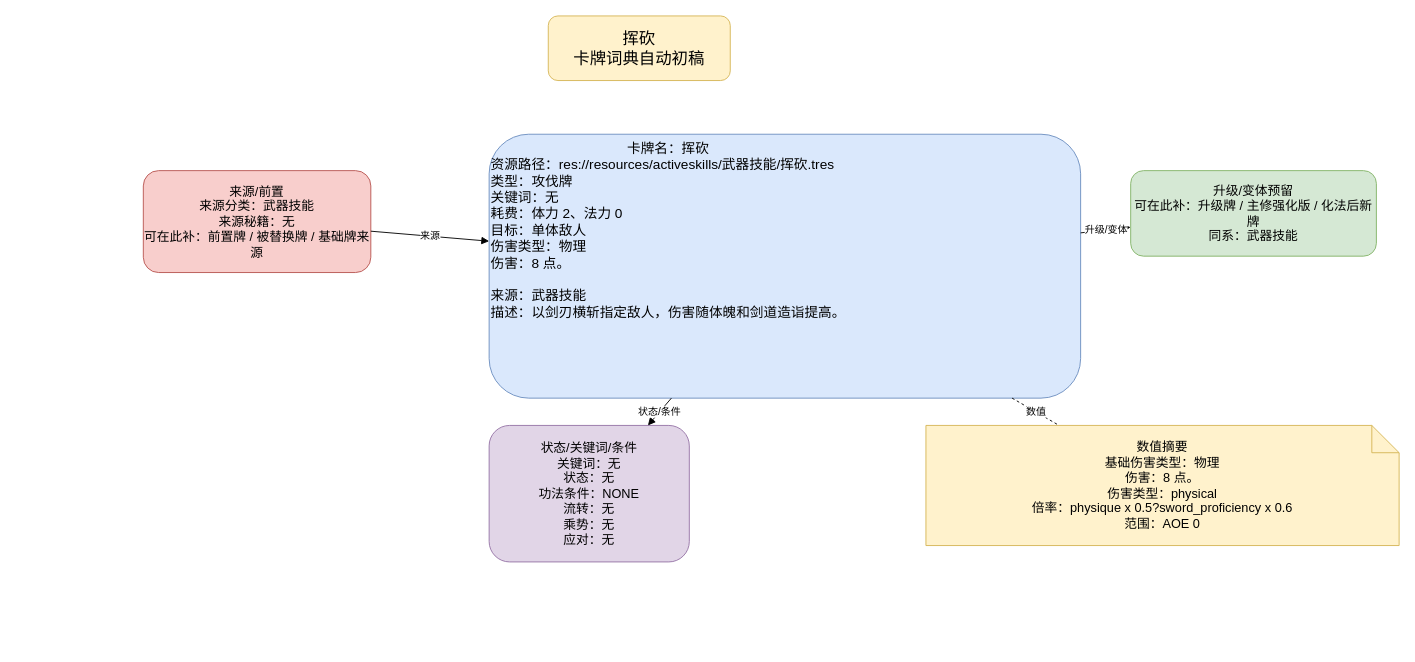
Above: page "挥砍" (1 of 2) of docs/卡牌词典/武器技能/挥砍.drawio in ankundanetracyc-spec/tian-guan-you-du (draw.io), before the change. Source tidied: cells renumbered, new cells numbered last; positions are measured from the earlier drawing's top-left corner, leaving out a move shared by most shapes. Both pictures are drawn from the tidied source at 91%, with x=0, y=0 at pixel (143, 15).
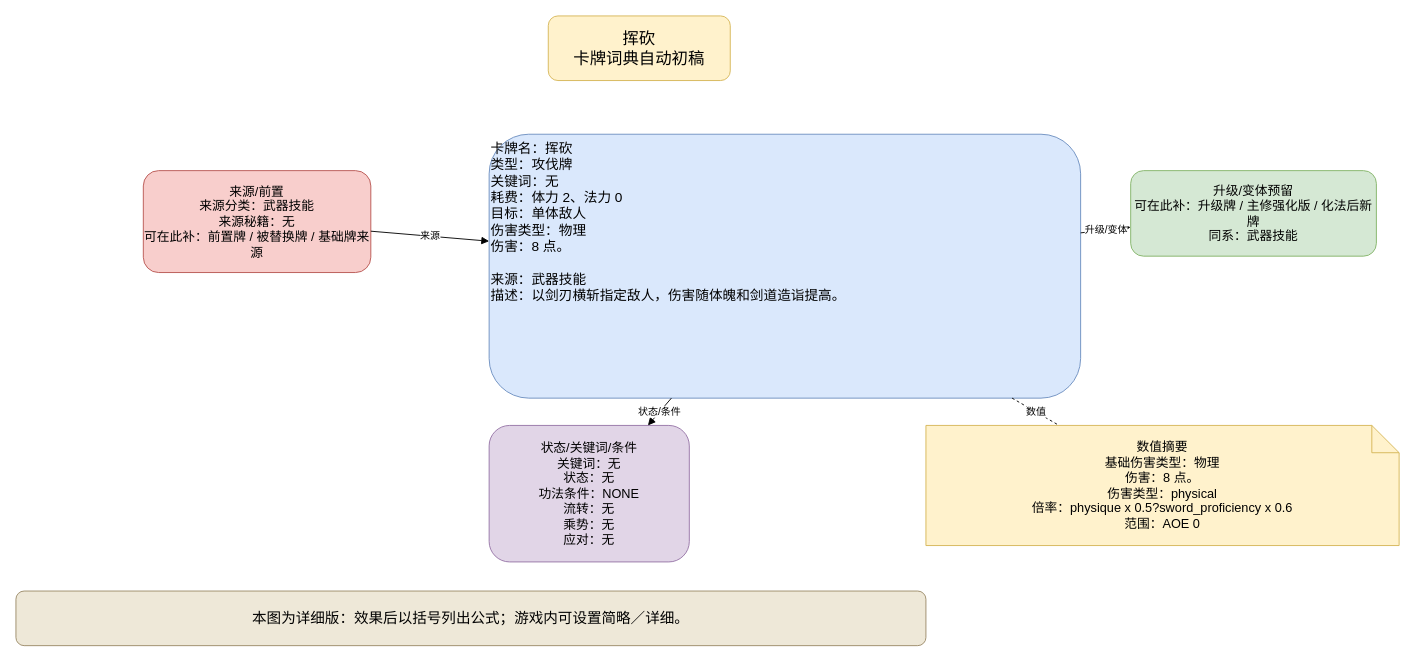
The same page after the edit.

The edit, as a diff of the source:
```diff
@@
 <mxGraphModel>
   <root>
     <mxCell id="0" />
     <mxCell id="1" parent="0" />
     <mxCell id="2" value="挥砍&#10;卡牌词典自动初稿" style="rounded=1;whiteSpace=wrap;html=1;fillColor=#fff2cc;strokeColor=#d6b656;fontSize=18;" parent="1" vertex="1">
       <mxGeometry x="445" width="200" height="71" as="geometry" />
     </mxCell>
-    <mxCell id="3" value="&lt;div style=&quot;text-align:center;&quot;&gt;卡牌名：挥砍&lt;/div&gt;&lt;div style=&quot;text-align:left;&quot;&gt;资源路径：res://resources/activeskills/武器技能/挥砍.tres&lt;br&gt;类型：攻伐牌&lt;br&gt;关键词：无&lt;br&gt;耗费：体力 2、法力 0&lt;br&gt;目标：单体敌人&lt;br&gt;伤害类型：物理&lt;br&gt;伤害：8 点。&lt;/div&gt;&lt;br&gt;来源：武器技能&lt;br&gt;描述：以剑刃横斩指定敌人，伤害随体魄和剑道造诣提高。" style="rounded=1;whiteSpace=wrap;html=1;fillColor=#dae8fc;strokeColor=#6c8ebf;fontSize=15;align=left;verticalAlign=top;" parent="1" vertex="1">
+    <mxCell id="3" value="卡牌名：挥砍&#10;类型：攻伐牌&#10;关键词：无&#10;耗费：体力 2、法力 0&#10;目标：单体敌人&#10;伤害类型：物理&#10;伤害：8 点。&#10;&#10;来源：武器技能&#10;描述：以剑刃横斩指定敌人，伤害随体魄和剑道造诣提高。" style="rounded=1;whiteSpace=wrap;html=1;fillColor=#dae8fc;strokeColor=#6c8ebf;fontSize=15;align=left;verticalAlign=top;" parent="1" vertex="1">
       <mxGeometry x="380" y="130" width="650" height="290" as="geometry" />
     </mxCell>
     <mxCell id="4" value="来源/前置&#10;来源分类：武器技能&#10;来源秘籍：无&#10;可在此补：前置牌 / 被替换牌 / 基础牌来源" style="rounded=1;whiteSpace=wrap;html=1;fillColor=#f8cecc;strokeColor=#b85450;fontSize=14;" parent="1" vertex="1">
       <mxGeometry y="170" width="250" height="112" as="geometry" />
     </mxCell>
     <mxCell id="5" value="升级/变体预留&#10;可在此补：升级牌 / 主修强化版 / 化法后新牌&#10;同系：武器技能" style="rounded=1;whiteSpace=wrap;html=1;fillColor=#d5e8d4;strokeColor=#82b366;fontSize=14;" parent="1" vertex="1">
       <mxGeometry x="1085" y="170" width="270" height="94" as="geometry" />
     </mxCell>
     <mxCell id="6" value="状态/关键词/条件&#10;关键词：无&#10;状态：无&#10;功法条件：NONE&#10;流转：无&#10;乘势：无&#10;应对：无" style="rounded=1;whiteSpace=wrap;html=1;fillColor=#e1d5e7;strokeColor=#9673a6;fontSize=14;" parent="1" vertex="1">
       <mxGeometry x="380" y="450" width="220" height="150" as="geometry" />
     </mxCell>
     <mxCell id="7" value="数值摘要&lt;br&gt;基础伤害类型：物理&lt;br&gt;伤害：8 点。&lt;br&gt;伤害类型：physical&lt;br&gt;倍率：physique x 0.5?sword_proficiency x 0.6&lt;br&gt;范围：AOE 0" style="shape=note;whiteSpace=wrap;html=1;fillColor=#fff2cc;strokeColor=#d6b656;fontSize=14;" parent="1" vertex="1">
       <mxGeometry x="860" y="450" width="520" height="132" as="geometry" />
     </mxCell>
     <mxCell id="8" value="来源" style="endArrow=block;html=1;rounded=0;" parent="1" edge="1" source="4" target="3">
       <mxGeometry relative="1" as="geometry" />
     </mxCell>
     <mxCell id="9" value="升级/变体" style="endArrow=block;html=1;rounded=0;" parent="1" edge="1" source="3" target="5">
       <mxGeometry relative="1" as="geometry" />
     </mxCell>
     <mxCell id="10" value="状态/条件" style="endArrow=block;html=1;rounded=0;" parent="1" edge="1" source="3" target="6">
       <mxGeometry relative="1" as="geometry" />
     </mxCell>
     <mxCell id="11" value="数值" style="endArrow=none;dashed=1;html=1;" parent="1" edge="1" source="3" target="7">
       <mxGeometry relative="1" as="geometry" />
     </mxCell>
+    <mxCell id="12" value="本图为详细版：效果后以括号列出公式；游戏内可设置简略／详细。" style="rounded=1;whiteSpace=wrap;html=1;fillColor=#eee8d8;strokeColor=#9a8967;fontSize=16;" parent="1" vertex="1">
+      <mxGeometry x="-140" y="632" width="1000" height="60" as="geometry" />
+    </mxCell>
   </root>
 </mxGraphModel>
```
